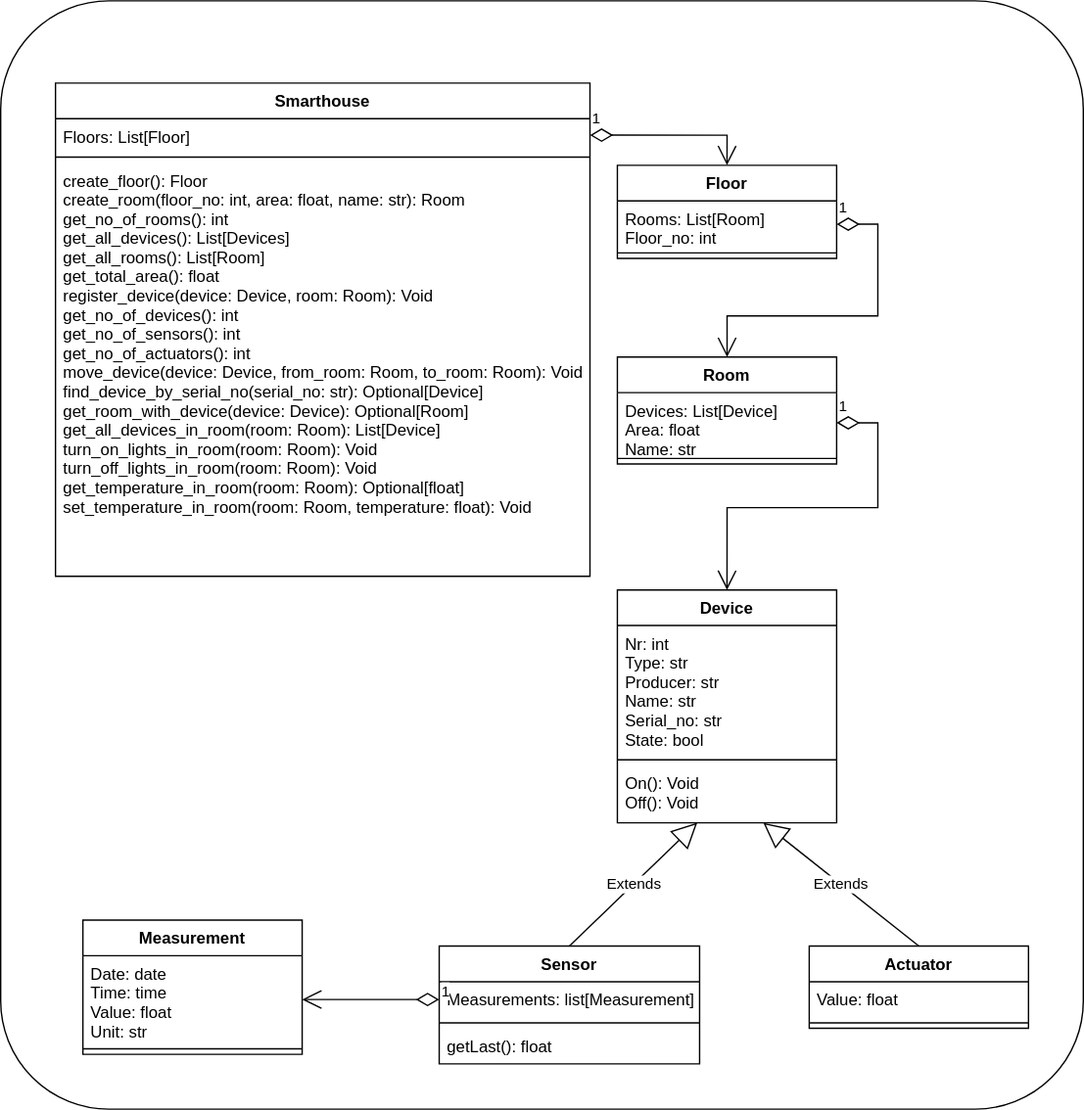
This is UML_diagram.svg from EmilOsvoll/ing301project-gruppe20, a draw.io export, as it was before one commit. Source tidied: cells renumbered, new cells last; positions are measured from the earlier drawing's top-left corner, leaving out a move shared by most shapes.
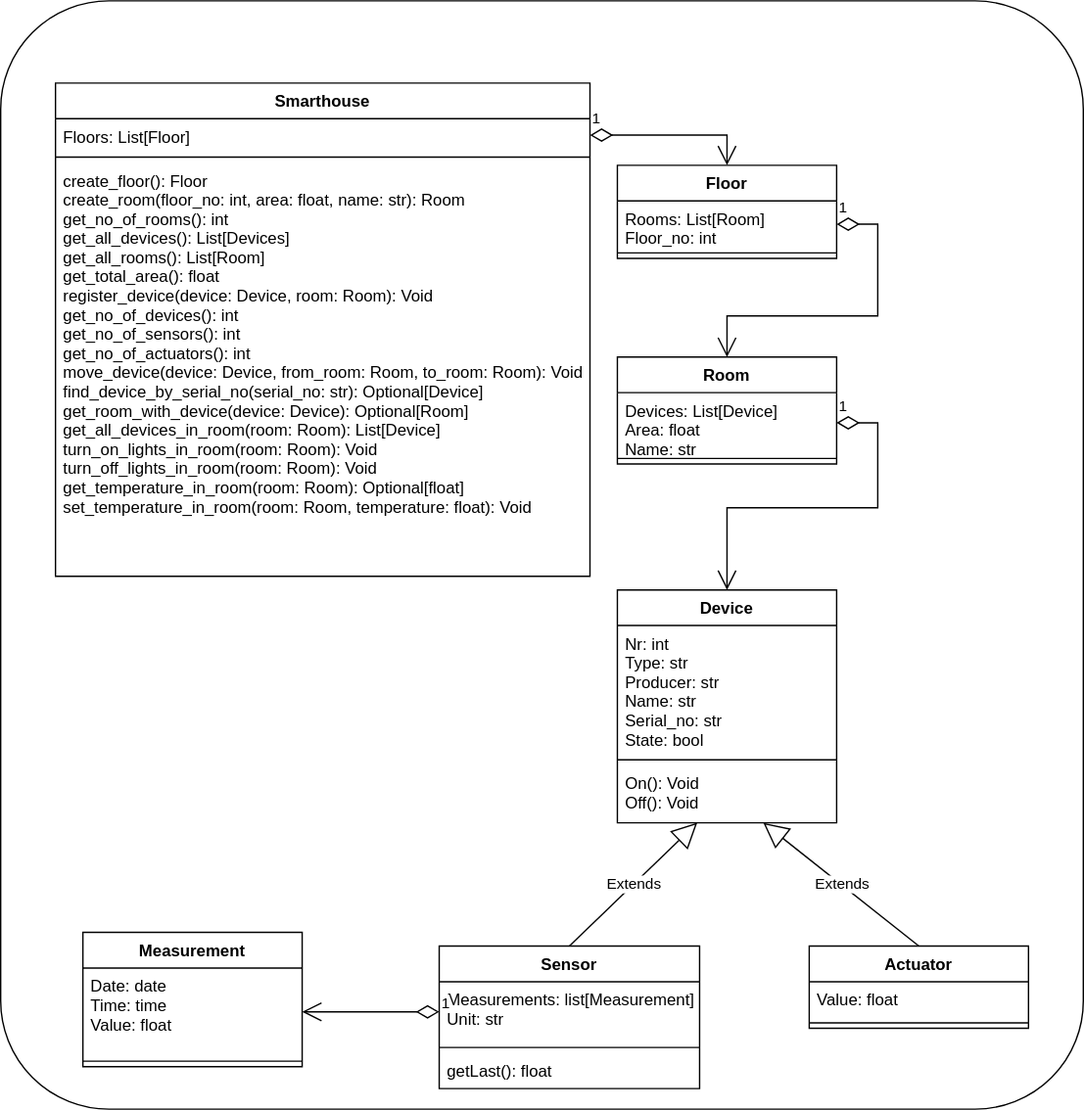
Above is the later version.

Commit message:
Moved unit from measurement to sensor.

What changed in the source:
```diff
@@ -48,16 +48,16 @@
       <mxGeometry y="128" width="160" height="42" as="geometry" />
     </mxCell>
     <mxCell id="17" value="Sensor" style="swimlane;fontStyle=1;align=center;verticalAlign=top;horizontal=1;startSize=26;" parent="1" vertex="1">
-      <mxGeometry x="320" y="690" width="190" height="86" as="geometry" />
+      <mxGeometry x="320" y="690" width="190" height="104" as="geometry" />
     </mxCell>
-    <mxCell id="18" value="Measurements: list[Measurement]" style="text;strokeColor=none;fillColor=none;align=left;verticalAlign=top;spacingLeft=4;spacingRight=4;overflow=hidden;points=[[0,0.5],[1,0.5]];portConstraint=eastwest;" parent="17" vertex="1">
-      <mxGeometry y="26" width="190" height="26" as="geometry" />
+    <mxCell id="18" value="Measurements: list[Measurement]&#10;Unit: str" style="text;strokeColor=none;fillColor=none;align=left;verticalAlign=top;spacingLeft=4;spacingRight=4;overflow=hidden;points=[[0,0.5],[1,0.5]];portConstraint=eastwest;" parent="17" vertex="1">
+      <mxGeometry y="26" width="190" height="44" as="geometry" />
     </mxCell>
     <mxCell id="19" style="line;strokeWidth=1;fillColor=none;align=left;verticalAlign=middle;spacingTop=-1;spacingLeft=3;spacingRight=3;labelPosition=right;strokeColor=inherit;" parent="17" vertex="1">
-      <mxGeometry y="52" width="190" height="8" as="geometry" />
+      <mxGeometry y="70" width="190" height="8" as="geometry" />
     </mxCell>
     <mxCell id="20" value="getLast(): float" style="text;strokeColor=none;fillColor=none;align=left;verticalAlign=top;spacingLeft=4;spacingRight=4;overflow=hidden;" parent="17" vertex="1">
-      <mxGeometry y="60" width="190" height="26" as="geometry" />
+      <mxGeometry y="78" width="190" height="26" as="geometry" />
     </mxCell>
     <mxCell id="21" value="Actuator" style="swimlane;fontStyle=1;align=center;verticalAlign=top;horizontal=1;startSize=26;" parent="1" vertex="1">
       <mxGeometry x="590" y="690" width="160" height="60" as="geometry" />
@@ -69,9 +69,9 @@
       <mxGeometry y="52" width="160" height="8" as="geometry" />
     </mxCell>
     <mxCell id="24" value="Measurement" style="swimlane;fontStyle=1;align=center;verticalAlign=top;horizontal=1;startSize=26;" parent="1" vertex="1">
-      <mxGeometry x="60" y="671" width="160" height="98" as="geometry" />
+      <mxGeometry x="60" y="680" width="160" height="98" as="geometry" />
     </mxCell>
-    <mxCell id="25" value="Date: date&#10;Time: time&#10;Value: float&#10;Unit: str" style="text;strokeColor=none;fillColor=none;align=left;verticalAlign=top;spacingLeft=4;spacingRight=4;overflow=hidden;points=[[0,0.5],[1,0.5]];portConstraint=eastwest;" parent="24" vertex="1">
+    <mxCell id="25" value="Date: date&#10;Time: time&#10;Value: float" style="text;strokeColor=none;fillColor=none;align=left;verticalAlign=top;spacingLeft=4;spacingRight=4;overflow=hidden;points=[[0,0.5],[1,0.5]];portConstraint=eastwest;" parent="24" vertex="1">
       <mxGeometry y="26" width="160" height="64" as="geometry" />
     </mxCell>
     <mxCell id="26" style="line;strokeWidth=1;fillColor=none;align=left;verticalAlign=middle;spacingTop=-1;spacingLeft=3;spacingRight=3;labelPosition=right;strokeColor=inherit;" parent="24" vertex="1">
```
